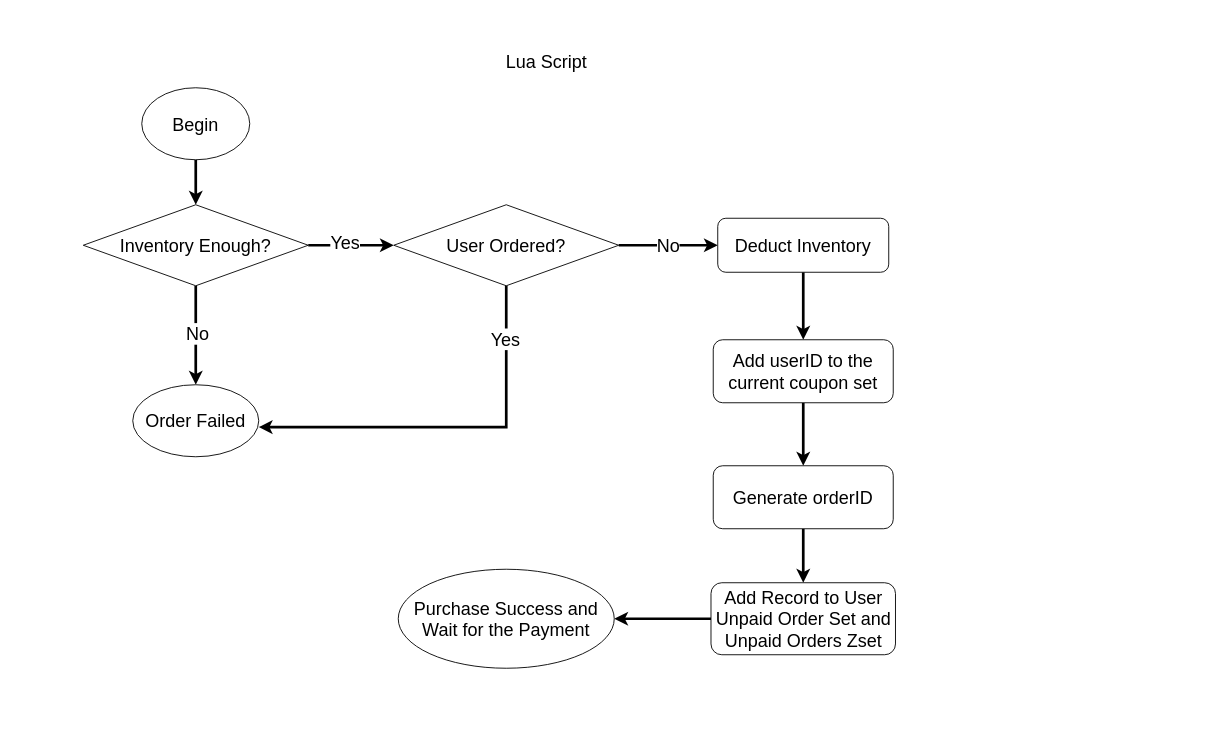
Above: FlowChart/FlashSaleFlow.drawio in Lizwhite8/SimpleTicketFlashSaleFullStack (draw.io), before the change. Source tidied: cells renumbered, new cells numbered last; positions are measured from the earlier drawing's top-left corner, leaving out a move shared by most shapes. Both pictures are drawn from the tidied source at 90%, with x=0, y=0 at pixel (15, 15).
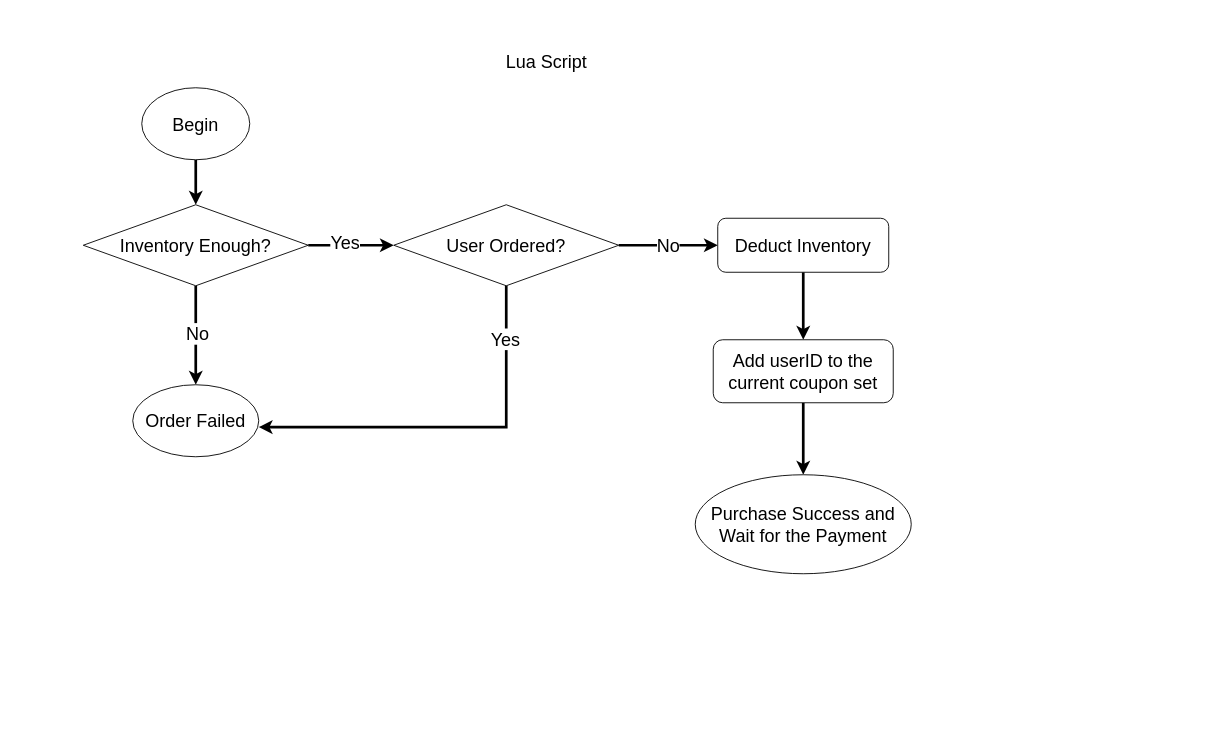
The same page after the edit.

Commit message (it also covers changes not shown here):
Optimized user coupon buying logic

The change refers to these unchanged cells:
```xml
<mxCell id="20" value="&lt;font style=&quot;font-size: 20px;&quot;&gt;Add userID to the current coupon set&lt;/font&gt;" style="rounded=1;whiteSpace=wrap;html=1;" parent="1" vertex="1">
  <mxGeometry x="775" y="360" width="200" height="70" as="geometry" />
</mxCell>
```

The edit, as a diff of the source:
```diff
@@
-    <mxCell id="19" style="edgeStyle=orthogonalEdgeStyle;rounded=0;jettySize=auto;html=1;exitX=0.5;exitY=1;exitDx=0;exitDy=0;entryX=0.5;entryY=0;entryDx=0;entryDy=0;strokeWidth=3;" parent="1" edge="1" source="20" target="22">
-      <mxGeometry relative="1" as="geometry" />
-    </mxCell>
+    <mxCell id="27" style="edgeStyle=orthogonalEdgeStyle;rounded=0;jettySize=auto;html=1;exitX=0.5;exitY=1;exitDx=0;exitDy=0;entryX=0.5;entryY=0;entryDx=0;entryDy=0;strokeWidth=3;" parent="1" edge="1" source="20" target="25">
+      <mxGeometry relative="1" as="geometry" />
+    </mxCell>
@@
-    <mxCell id="21" style="edgeStyle=orthogonalEdgeStyle;rounded=0;jettySize=auto;html=1;exitX=0.5;exitY=1;exitDx=0;exitDy=0;entryX=0.5;entryY=0;entryDx=0;entryDy=0;strokeWidth=3;" parent="1" edge="1" source="22" target="24">
-      <mxGeometry relative="1" as="geometry" />
-    </mxCell>
-    <mxCell id="22" value="&lt;font style=&quot;font-size: 20px;&quot;&gt;Generate orderID&lt;/font&gt;" style="rounded=1;whiteSpace=wrap;html=1;" parent="1" vertex="1">
-      <mxGeometry x="775" y="500" width="200" height="70" as="geometry" />
-    </mxCell>
-    <mxCell id="23" style="edgeStyle=orthogonalEdgeStyle;rounded=0;jettySize=auto;html=1;exitX=0;exitY=0.5;exitDx=0;exitDy=0;strokeWidth=3;" parent="1" edge="1" source="24" target="25">
-      <mxGeometry relative="1" as="geometry" />
-    </mxCell>
-    <mxCell id="24" value="&lt;font style=&quot;font-size: 20px;&quot;&gt;Add Record to User Unpaid Order Set and Unpaid Orders Zset&lt;/font&gt;" style="rounded=1;whiteSpace=wrap;html=1;" parent="1" vertex="1">
-      <mxGeometry x="772.5" y="630" width="205" height="80" as="geometry" />
-    </mxCell>
     <mxCell id="25" value="&lt;font style=&quot;font-size: 20px;&quot;&gt;Purchase Success and Wait for the Payment&lt;/font&gt;" style="ellipse;whiteSpace=wrap;html=1;" parent="1" vertex="1">
-      <mxGeometry x="425" y="615" width="240" height="110" as="geometry" />
+      <mxGeometry x="755" y="510" width="240" height="110" as="geometry" />
     </mxCell>
```
